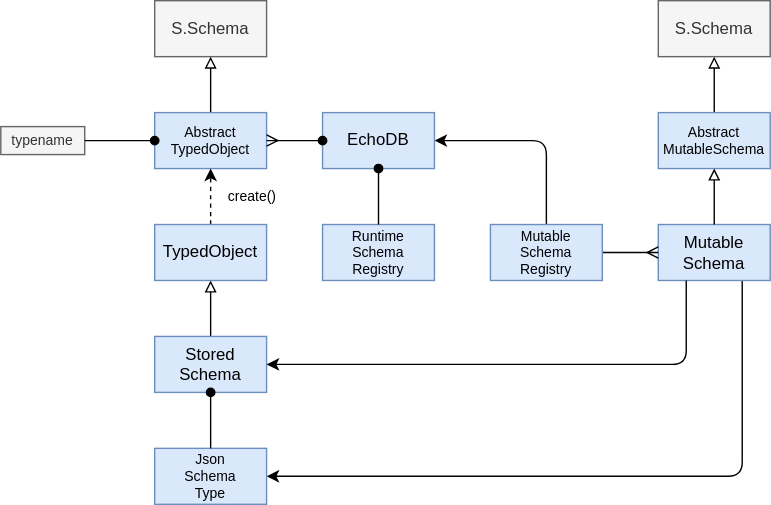
This is packages/core/echo/echo-schema/docs/schema.drawio.svg from dxos/dxos, a draw.io export, as it was before one commit. Source tidied: cells renumbered, new cells last; positions are measured from the earlier drawing's top-left corner, leaving out a move shared by most shapes.
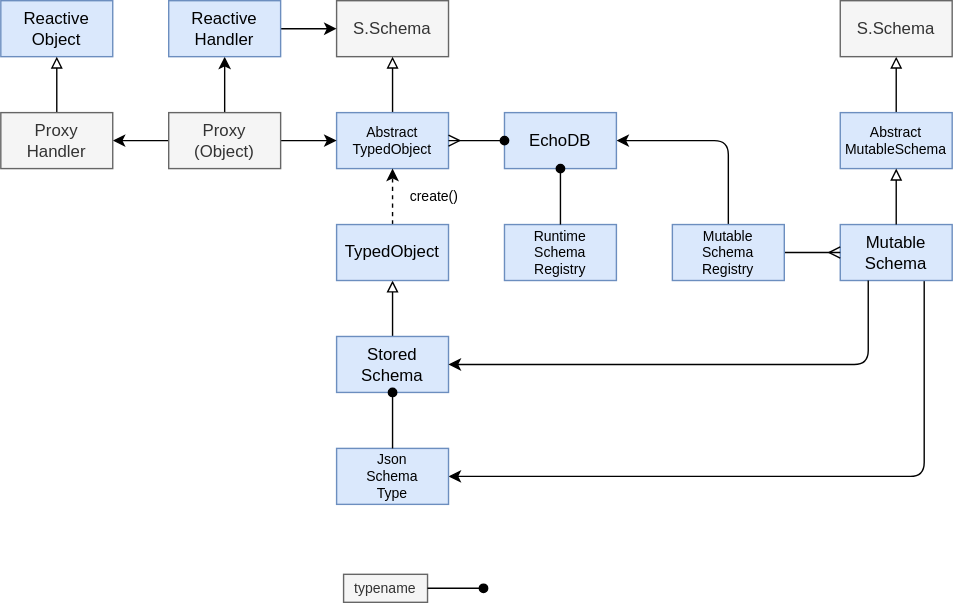
Later version of the same file.

Change to the diagram source:
```diff
@@ -76,10 +76,12 @@
       <mxGeometry relative="1" as="geometry" />
     </mxCell>
     <mxCell id="22" value="typename" style="rounded=0;whiteSpace=wrap;html=1;fillColor=#f5f5f5;strokeColor=#666666;fontSize=10;fontColor=#333333;" parent="1" vertex="1">
-      <mxGeometry y="90" width="60" height="20" as="geometry" />
+      <mxGeometry x="115" y="410" width="60" height="20" as="geometry" />
     </mxCell>
-    <mxCell id="23" style="edgeStyle=none;html=1;fontSize=10;startArrow=oval;startFill=1;endArrow=none;endFill=0;" parent="1" edge="1" source="4" target="22">
-      <mxGeometry relative="1" as="geometry" />
+    <mxCell id="23" style="edgeStyle=none;html=1;fontSize=10;startArrow=oval;startFill=1;endArrow=none;endFill=0;" parent="1" edge="1" target="22">
+      <mxGeometry relative="1" as="geometry">
+        <mxPoint x="215" y="420" as="sourcePoint" />
+      </mxGeometry>
     </mxCell>
     <mxCell id="24" style="edgeStyle=none;html=1;exitX=0;exitY=0.5;exitDx=0;exitDy=0;fontSize=10;startArrow=oval;startFill=1;endArrow=ERmany;endFill=0;" parent="1" edge="1" source="18" target="4">
       <mxGeometry relative="1" as="geometry" />
@@ -93,5 +95,32 @@
     <mxCell id="27" value="create()" style="rounded=0;whiteSpace=wrap;html=1;fillColor=none;strokeColor=none;fontSize=10;" parent="1" vertex="1">
       <mxGeometry x="160" y="130" width="40" height="20" as="geometry" />
     </mxCell>
+    <mxCell id="28" value="Reactive&lt;br&gt;Object" style="rounded=0;whiteSpace=wrap;html=1;fillColor=#dae8fc;strokeColor=#6c8ebf;" parent="1" vertex="1">
+      <mxGeometry x="-130" width="80" height="40" as="geometry" />
+    </mxCell>
+    <mxCell id="29" style="edgeStyle=none;html=1;exitX=1;exitY=0.5;exitDx=0;exitDy=0;entryX=0;entryY=0.5;entryDx=0;entryDy=0;" parent="1" edge="1" source="33" target="4">
+      <mxGeometry relative="1" as="geometry" />
+    </mxCell>
+    <mxCell id="30" style="edgeStyle=none;html=1;endArrow=block;endFill=0;" parent="1" edge="1" source="36" target="28">
+      <mxGeometry relative="1" as="geometry" />
+    </mxCell>
+    <mxCell id="31" style="edgeStyle=none;html=1;endArrow=classic;endFill=1;" parent="1" edge="1" source="33" target="35">
+      <mxGeometry relative="1" as="geometry" />
+    </mxCell>
+    <mxCell id="32" style="edgeStyle=none;html=1;exitX=0;exitY=0.5;exitDx=0;exitDy=0;endArrow=classic;endFill=1;" parent="1" edge="1" source="33" target="36">
+      <mxGeometry relative="1" as="geometry" />
+    </mxCell>
+    <mxCell id="33" value="Proxy&lt;br&gt;(Object)" style="rounded=0;whiteSpace=wrap;html=1;fillColor=#f5f5f5;strokeColor=#666666;fontColor=#333333;" parent="1" vertex="1">
+      <mxGeometry x="-10" y="80" width="80" height="40" as="geometry" />
+    </mxCell>
+    <mxCell id="34" style="edgeStyle=none;html=1;exitX=1;exitY=0.5;exitDx=0;exitDy=0;endArrow=classic;endFill=1;" parent="1" edge="1" source="35" target="2">
+      <mxGeometry relative="1" as="geometry" />
+    </mxCell>
+    <mxCell id="35" value="Reactive&lt;br&gt;Handler" style="rounded=0;whiteSpace=wrap;html=1;fillColor=#dae8fc;strokeColor=#6c8ebf;" parent="1" vertex="1">
+      <mxGeometry x="-10" width="80" height="40" as="geometry" />
+    </mxCell>
+    <mxCell id="36" value="Proxy&lt;br&gt;Handler" style="rounded=0;whiteSpace=wrap;html=1;fillColor=#f5f5f5;strokeColor=#666666;fontColor=#333333;" parent="1" vertex="1">
+      <mxGeometry x="-130" y="80" width="80" height="40" as="geometry" />
+    </mxCell>
   </root>
 </mxGraphModel>
```
